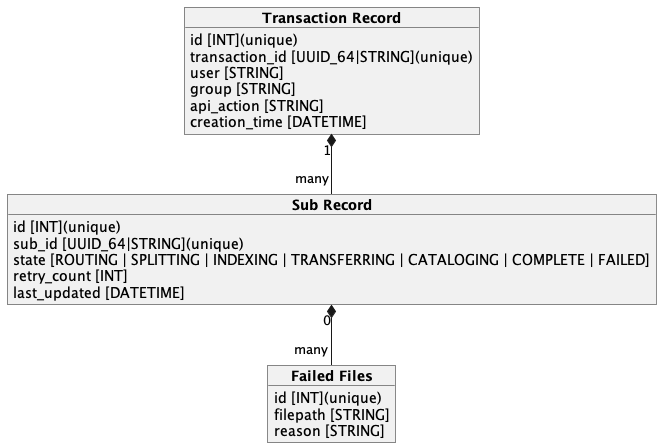
This is docs/spec/uml/monitor_db.png from cedadev/nlds, a PlantUML export, as it was before one commit.
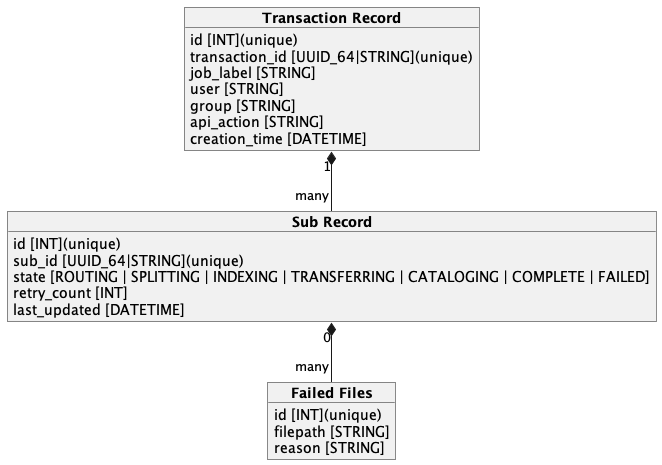
The same diagram one commit later.

Diff of the diagram source:
```diff
@@ -3,6 +3,7 @@
 object "**Transaction Record**" as tran_rec {
     id [INT](unique)
     transaction_id [UUID_64|STRING](unique)
+    job_label [STRING]
     user [STRING]
     group [STRING]
     api_action [STRING]
```
